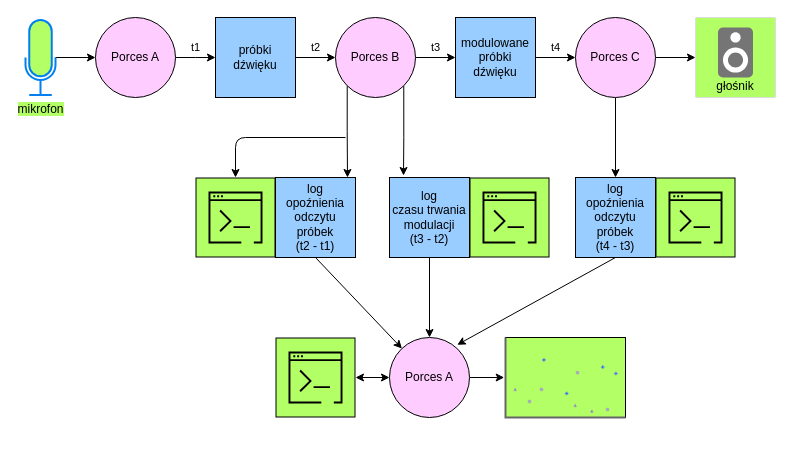
This is Untitled Diagram.drawio from Szewoj/Voice-Modulation, a draw.io file, before an edit. Source tidied: cells renumbered, new cells numbered last; positions are measured from the earlier drawing's top-left corner, leaving out a move shared by most shapes. Both pictures are drawn from the tidied source at 100%, with x=0, y=0 at pixel (25, 17).
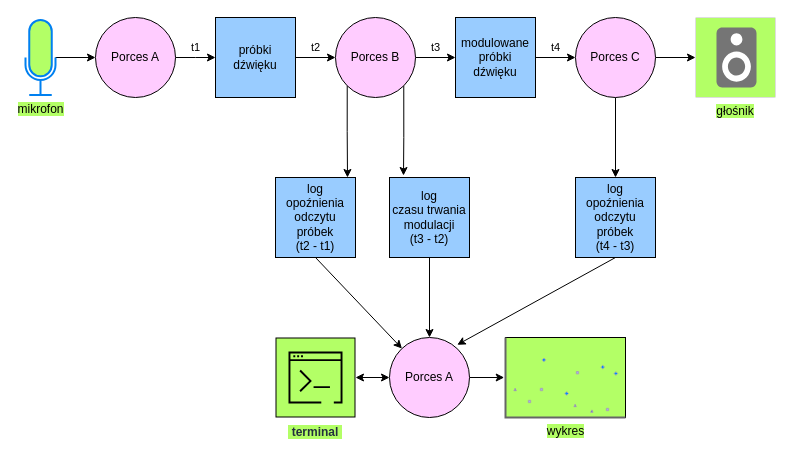
The same page after the edit.

Change to the diagram source:
```diff
@@
-    <mxCell id="21" style="verticalLabelPosition=bottom;shadow=0;dashed=0;align=center;html=1;verticalAlign=top;strokeWidth=1;shape=mxgraph.mockup.graphics.plotChart;strokeColor2=#aaaaaa;strokeColor3=#666666;fillColor2=#99aaff,#0022ff,#008cff;labelBackgroundColor=#B3FF66;fillColor=#B3FF66;" parent="1" vertex="1">
+    <mxCell id="21" value="wykres" style="verticalLabelPosition=bottom;shadow=0;dashed=0;align=center;html=1;verticalAlign=top;strokeWidth=1;shape=mxgraph.mockup.graphics.plotChart;strokeColor2=#aaaaaa;strokeColor3=#666666;fillColor2=#99aaff,#0022ff,#008cff;labelBackgroundColor=#B3FF66;fillColor=#B3FF66;" parent="1" vertex="1">
       <mxGeometry x="480" y="320" width="120" height="80" as="geometry" />
     </mxCell>
-    <mxCell id="22" value="głośnik" style="strokeColor=#dddddd;shadow=0;strokeWidth=1;rounded=1;absoluteArcSize=1;arcSize=2;labelPosition=center;verticalLabelPosition=middle;align=center;verticalAlign=bottom;spacingLeft=0;fontSize=12;whiteSpace=wrap;spacingBottom=2;labelBackgroundColor=#B3FF66;fillColor=#B3FF66;" parent="1" vertex="1">
+    <mxCell id="22" value="głośnik" style="strokeColor=#dddddd;shadow=0;strokeWidth=1;rounded=1;absoluteArcSize=1;arcSize=2;labelPosition=center;verticalLabelPosition=bottom;align=center;verticalAlign=top;spacingLeft=0;fontSize=12;whiteSpace=wrap;spacingBottom=2;labelBackgroundColor=#B3FF66;fillColor=#B3FF66;" parent="1" vertex="1">
       <mxGeometry x="670" width="80" height="80" as="geometry" />
     </mxCell>
     <mxCell id="23" style="dashed=0;html=1;fillColor=#757575;strokeColor=none;shape=mxgraph.gcp2.speaker;" parent="22" vertex="1">
-      <mxGeometry x="0.5" width="35" height="50" relative="1" as="geometry">
-        <mxPoint x="-17.5" y="10" as="offset" />
+      <mxGeometry x="0.5" width="40" height="60" relative="1" as="geometry">
+        <mxPoint x="-19" y="10" as="offset" />
       </mxGeometry>
     </mxCell>
@@
-    <mxCell id="27" style="fontColor=#232F3E;gradientColor=none;dashed=0;verticalLabelPosition=middle;verticalAlign=bottom;align=center;html=1;whiteSpace=wrap;fontSize=10;fontStyle=1;spacing=3;shape=mxgraph.aws4.productIcon;prIcon=mxgraph.aws4.command_line_interface;shadow=0;labelBackgroundColor=#33FF33;fillColor=#B3FF66;strokeWidth=1;" parent="1" vertex="1">
-      <mxGeometry x="444" y="160" width="80" height="80" as="geometry" />
-    </mxCell>
-    <mxCell id="28" style="fontColor=#232F3E;gradientColor=none;dashed=0;verticalLabelPosition=middle;verticalAlign=bottom;align=center;html=1;whiteSpace=wrap;fontSize=10;fontStyle=1;spacing=3;shape=mxgraph.aws4.productIcon;prIcon=mxgraph.aws4.command_line_interface;shadow=0;labelBackgroundColor=#33FF33;fillColor=#B3FF66;" parent="1" vertex="1">
+    <mxCell id="28" value="&amp;nbsp;terminal&amp;nbsp;" style="fontColor=#232F3E;gradientColor=none;dashed=0;verticalLabelPosition=bottom;verticalAlign=top;align=center;html=1;whiteSpace=wrap;fontSize=12;fontStyle=1;spacing=3;shape=mxgraph.aws4.productIcon;prIcon=mxgraph.aws4.command_line_interface;shadow=0;labelBackgroundColor=#B3FF66;fillColor=#B3FF66;labelPosition=center;" parent="1" vertex="1">
       <mxGeometry x="250" y="320" width="80" height="80" as="geometry" />
     </mxCell>
-    <mxCell id="29" style="outlineConnect=0;fontColor=#232F3E;gradientColor=none;dashed=0;verticalLabelPosition=middle;verticalAlign=bottom;align=center;html=1;whiteSpace=wrap;fontSize=10;fontStyle=1;spacing=3;shape=mxgraph.aws4.productIcon;prIcon=mxgraph.aws4.command_line_interface;shadow=0;labelBackgroundColor=#33FF33;fillColor=#B3FF66;" parent="1" vertex="1">
-      <mxGeometry x="170" y="160" width="80" height="80" as="geometry" />
-    </mxCell>
-    <mxCell id="30" style="fontColor=#232F3E;gradientColor=none;dashed=0;verticalLabelPosition=middle;verticalAlign=bottom;align=center;html=1;whiteSpace=wrap;fontSize=10;fontStyle=1;spacing=3;shape=mxgraph.aws4.productIcon;prIcon=mxgraph.aws4.command_line_interface;shadow=0;labelBackgroundColor=#33FF33;fillColor=#B3FF66;" parent="1" vertex="1">
-      <mxGeometry x="630" y="160" width="80" height="80" as="geometry" />
-    </mxCell>
-    <mxCell id="31" style="endArrow=classic;html=1;shadow=0;fontColor=#000000;" parent="1" edge="1" target="29">
-      <mxGeometry relative="1" as="geometry">
-        <mxPoint x="320" y="120" as="sourcePoint" />
-        <Array as="points">
-          <mxPoint x="210" y="120" />
-        </Array>
-      </mxGeometry>
-    </mxCell>
```
